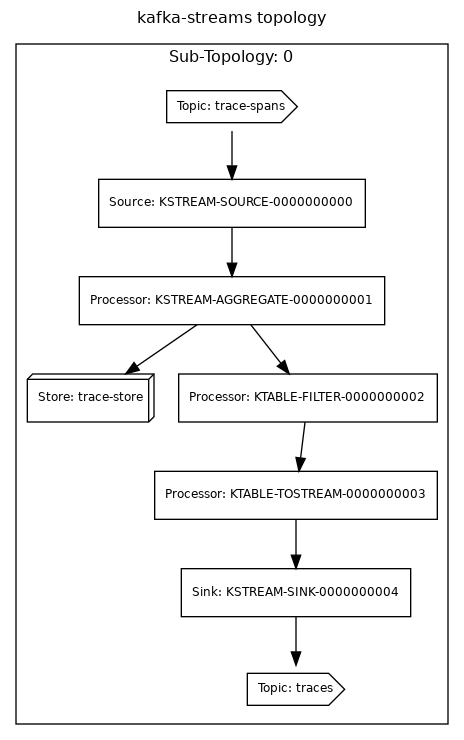
The PlantUML diagram docs/trace-aggregation-stream.png in openzipkin-contrib/zipkin-storage-kafka, before a commit. Its source is kept beside it as docs/trace-aggregation-stream.puml.
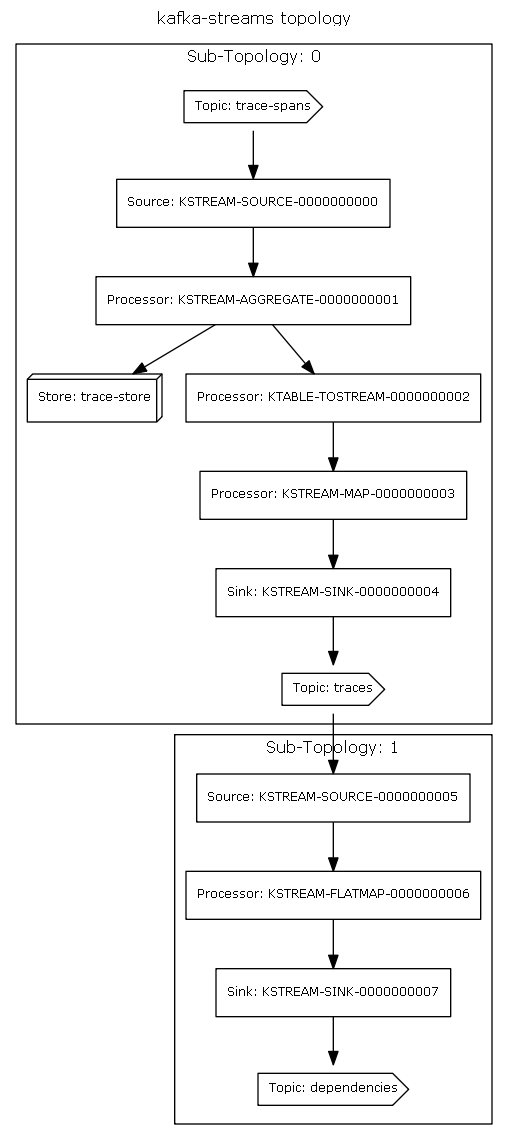
The same file after the commit.

Commit message:
feat: aggregate traces and spans on the same process

Change to the diagram source:
```diff
@@ -3,31 +3,47 @@
 	graph [labelloc=top,label="kafka-streams topology",fontname="Verdana",fontsize=12];
 	edge [fontname="Verdana",fontsize=9,labelfontname="Verdana",labelfontsize=9];
 	node [fontname="Verdana",fontsize=9,shape=record];
-subgraph cluster_c3 {
+subgraph cluster_c10 {
+label = "Sub-Topology: 1";
+	c1 [label="Topic: traces"]
+	// null
+	c1 -> c11 [];
+	c11 [label="Source: KSTREAM-SOURCE-0000000005"]
+	c12 [label="Processor: KSTREAM-FLATMAP-0000000006"]
+	// null
+	c11 -> c12 [];
+	c13 [label="Sink: KSTREAM-SINK-0000000007"]
+	// null
+	c12 -> c13 [];
+	// null
+	c13 -> c2 [];
+}
+subgraph cluster_c4 {
 label = "Sub-Topology: 0";
 	c0 [label="Topic: trace-spans"]
 	// null
-	c0 -> c4 [];
-	c4 [label="Source: KSTREAM-SOURCE-0000000000"]
-	c5 [label="Processor: KSTREAM-AGGREGATE-0000000001"]
-	// null
-	c4 -> c5 [];
-	// null
-	c5 -> c2 [];
-	c6 [label="Processor: KTABLE-FILTER-0000000002"]
+	c0 -> c5 [];
+	c5 [label="Source: KSTREAM-SOURCE-0000000000"]
+	c6 [label="Processor: KSTREAM-AGGREGATE-0000000001"]
 	// null
 	c5 -> c6 [];
-	c7 [label="Processor: KTABLE-TOSTREAM-0000000003"]
+	// null
+	c6 -> c3 [];
+	c7 [label="Processor: KTABLE-TOSTREAM-0000000002"]
 	// null
 	c6 -> c7 [];
-	c8 [label="Sink: KSTREAM-SINK-0000000004"]
+	c8 [label="Processor: KSTREAM-MAP-0000000003"]
 	// null
 	c7 -> c8 [];
+	c9 [label="Sink: KSTREAM-SINK-0000000004"]
 	// null
-	c8 -> c1 [];
+	c8 -> c9 [];
+	// null
+	c9 -> c1 [];
 }
 	c0 [label="Topic: trace-spans", shape=cds]
 	c1 [label="Topic: traces", shape=cds]
-	c2 [label="Store: trace-store", shape=box3d]
+	c2 [label="Topic: dependencies", shape=cds]
+	c3 [label="Store: trace-store", shape=box3d]
 }
 @enduml
```
